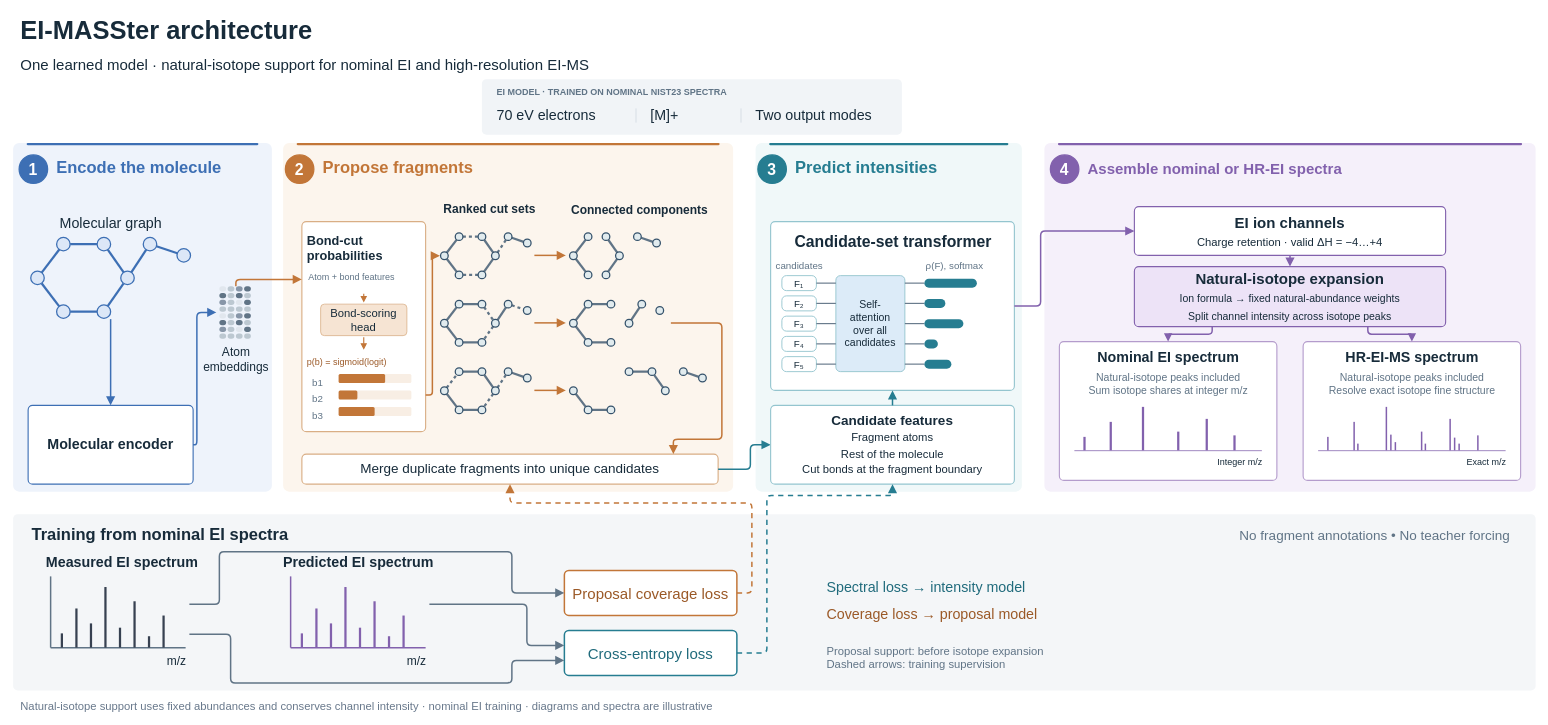
LZhang98/fragnnet keeps this draw.io diagram as page "EI-MASSter architecture" (3 of 3) of docs/figures/masster_figures.drawio. Above is the earlier version. Source tidied: cells renumbered, new cells numbered last; positions are measured from the earlier drawing's top-left corner, leaving out a move shared by most shapes. Both pictures are drawn from the tidied source at 75%, with x=0, y=0 at pixel (13, 13).
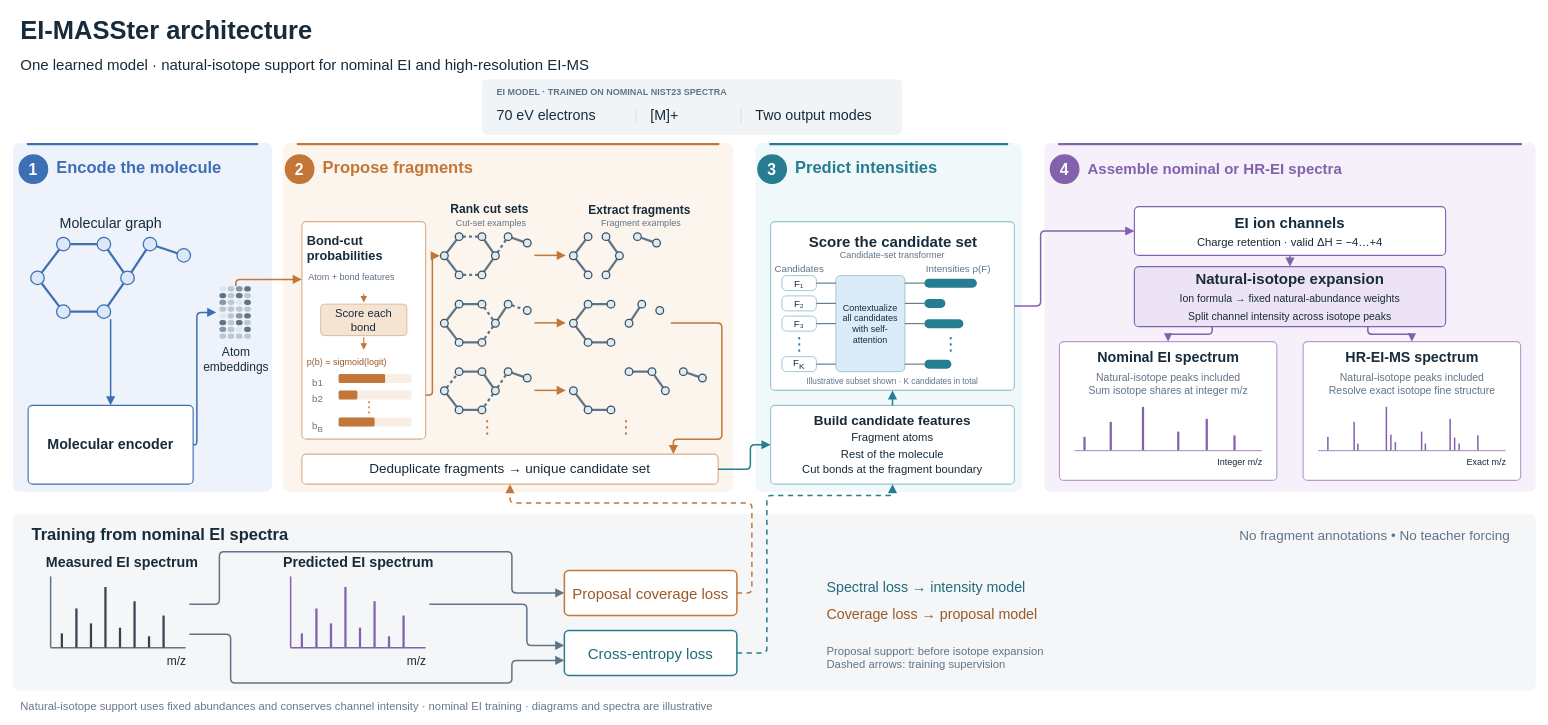
After the change.

Unchanged cells that the change refers to:
```xml
<mxCell id="249" style="group;" parent="1" vertex="1">
  <mxGeometry x="1025" y="350" width="260" height="128" as="geometry" />
</mxCell>
```

What changed in the source:
```diff
@@
     <mxCell id="48" style="rounded=1;absoluteArcSize=1;arcSize=12;whiteSpace=wrap;html=1;fillColor=#FFFFFF;strokeColor=#D9AE85;strokeWidth=1.5;fontFamily=Arial;fontSize=19;fontStyle=1;fontColor=#172B3A;" parent="1" vertex="1">
-      <mxGeometry x="385" y="278" width="165" height="280" as="geometry" />
+      <mxGeometry x="385" y="278" width="165" height="290" as="geometry" />
     </mxCell>
@@
-    <mxCell id="51" value="Bond-scoring&lt;br&gt;head" style="html=1;whiteSpace=wrap;fontFamily=Arial;align=center;verticalAlign=middle;rounded=1;absoluteArcSize=1;arcSize=10;fillColor=#F6E4D3;strokeColor=#D9AE85;fontSize=15;fontColor=#172B3A;" parent="48" vertex="1">
+    <mxCell id="51" value="Score each&lt;br&gt;bond" style="html=1;whiteSpace=wrap;fontFamily=Arial;align=center;verticalAlign=middle;rounded=1;absoluteArcSize=1;arcSize=10;fillColor=#F6E4D3;strokeColor=#D9AE85;fontSize=15;fontColor=#172B3A;" parent="48" vertex="1">
       <mxGeometry x="25" y="110" width="115" height="42" as="geometry" />
     </mxCell>
@@
-    <mxCell id="59" value="b3" style="html=1;whiteSpace=wrap;fontFamily=Arial;align=center;verticalAlign=middle;text;fontSize=13;fontColor=#607486;" parent="48" vertex="1">
-      <mxGeometry x="12" y="244" width="30" height="18" as="geometry" />
+    <mxCell id="59" value="b&lt;sub&gt;B&lt;/sub&gt;" style="html=1;whiteSpace=wrap;fontFamily=Arial;align=center;verticalAlign=middle;text;fontSize=13;fontColor=#607486;" parent="48" vertex="1">
+      <mxGeometry x="12" y="258" width="30" height="18" as="geometry" />
     </mxCell>
     <mxCell id="60" style="html=1;whiteSpace=wrap;fontFamily=Arial;align=center;verticalAlign=middle;rounded=1;absoluteArcSize=1;arcSize=4;fillColor=#F8EEE4;strokeColor=none;" parent="48" vertex="1">
-      <mxGeometry x="49" y="247" width="97" height="12" as="geometry" />
+      <mxGeometry x="49" y="261" width="97" height="12" as="geometry" />
     </mxCell>
     <mxCell id="61" style="html=1;whiteSpace=wrap;fontFamily=Arial;align=center;verticalAlign=middle;rounded=1;absoluteArcSize=1;arcSize=4;fillColor=#C27638;strokeColor=none;" parent="48" vertex="1">
-      <mxGeometry x="49" y="247" width="48" height="12" as="geometry" />
+      <mxGeometry x="49" y="261" width="48" height="12" as="geometry" />
     </mxCell>
@@
-    <mxCell id="64" style="edgeStyle=orthogonalEdgeStyle;rounded=1;arcSize=12;html=1;strokeColor=#C27638;strokeWidth=2;endArrow=block;endFill=1;endSize=7;startArrow=none;entryX=0;entryY=0.275;entryDx=0;entryDy=0;entryPerimeter=0;" parent="1" edge="1" target="48">
+    <mxCell id="64" style="edgeStyle=orthogonalEdgeStyle;rounded=1;arcSize=12;html=1;strokeColor=#C27638;strokeWidth=2;endArrow=block;endFill=1;endSize=7;startArrow=none;entryX=0;entryDx=0;entryDy=0;entryPerimeter=0;entryY=0.265517;" parent="1" edge="1" target="48">
       <mxGeometry relative="1" as="geometry">
         <mxPoint x="297" y="364" as="sourcePoint" />
         <Array as="points">
           <mxPoint x="297" y="355" />
         </Array>
       </mxGeometry>
     </mxCell>
-    <mxCell id="65" value="Ranked cut sets" style="text;html=1;align=center;verticalAlign=middle;whiteSpace=nowrap;spacing=0;fontFamily=Arial;fontSize=16;fontStyle=1;fontColor=#172B3A;" parent="1" vertex="1">
+    <mxCell id="65" value="Rank cut sets" style="text;html=1;align=center;verticalAlign=middle;whiteSpace=nowrap;spacing=0;fontFamily=Arial;fontSize=16;fontStyle=1;fontColor=#172B3A;" parent="1" vertex="1">
       <mxGeometry x="555" y="249" width="160" height="24.7" as="geometry" />
     </mxCell>
-    <mxCell id="66" style="edgeStyle=orthogonalEdgeStyle;rounded=1;arcSize=8;html=1;strokeColor=#C27638;strokeWidth=2;endArrow=block;endFill=1;endSize=7;startArrow=none;exitX=1;exitY=0.825;exitDx=0;exitDy=0;exitPerimeter=0;" parent="1" edge="1" source="48">
+    <mxCell id="66" style="edgeStyle=orthogonalEdgeStyle;rounded=1;arcSize=8;html=1;strokeColor=#C27638;strokeWidth=2;endArrow=block;endFill=1;endSize=7;startArrow=none;exitX=1;exitDx=0;exitDy=0;exitPerimeter=0;exitY=0.796552;" parent="1" edge="1" source="48">
       <mxGeometry relative="1" as="geometry">
         <mxPoint x="569" y="323.5" as="targetPoint" />
         <Array as="points">
           <mxPoint x="559" y="509" />
           <mxPoint x="559" y="323.5" />
         </Array>
       </mxGeometry>
     </mxCell>
-    <mxCell id="67" value="Connected components" style="text;html=1;align=center;verticalAlign=middle;whiteSpace=nowrap;spacing=0;fontFamily=Arial;fontSize=16;fontStyle=1;fontColor=#172B3A;" parent="1" vertex="1">
+    <mxCell id="67" value="Extract fragments" style="text;html=1;align=center;verticalAlign=middle;whiteSpace=nowrap;spacing=0;fontFamily=Arial;fontSize=16;fontStyle=1;fontColor=#172B3A;" parent="1" vertex="1">
       <mxGeometry x="725" y="250" width="220" height="23.4" as="geometry" />
     </mxCell>
@@
-    <mxCell id="71" value="Merge duplicate fragments into unique candidates" style="rounded=1;absoluteArcSize=1;arcSize=12;whiteSpace=wrap;html=1;fillColor=#FFFFFF;strokeColor=#D9AE85;strokeWidth=1.5;fontFamily=Arial;fontSize=18;fontStyle=0;fontColor=#172B3A;" parent="1" vertex="1">
+    <mxCell id="71" value="Deduplicate fragments → unique candidate set" style="rounded=1;absoluteArcSize=1;arcSize=12;whiteSpace=wrap;html=1;fillColor=#FFFFFF;strokeColor=#D9AE85;strokeWidth=1.5;fontFamily=Arial;fontSize=18;fontStyle=0;fontColor=#172B3A;" parent="1" vertex="1">
       <mxGeometry x="385" y="588" width="555" height="40" as="geometry" />
     </mxCell>
@@
-    <mxCell id="74" value="Candidate-set transformer" style="text;html=1;align=center;verticalAlign=middle;whiteSpace=nowrap;spacing=0;fontFamily=Arial;fontSize=21;fontStyle=1;fontColor=#172B3A;" parent="1" vertex="1">
+    <mxCell id="74" value="Score the candidate set" style="text;html=1;align=center;verticalAlign=middle;whiteSpace=nowrap;spacing=0;fontFamily=Arial;fontStyle=1;fontColor=#172B3A;fontSize=20;" parent="1" vertex="1">
       <mxGeometry x="1010" y="289" width="325" height="29.9" as="geometry" />
     </mxCell>
@@
-    <mxCell id="76" value="&lt;b&gt;Candidate features&lt;/b&gt;&lt;br&gt;&lt;span style=&quot;font-size:15px;font-weight:normal;line-height:1.35&quot;&gt;Fragment atoms&lt;br&gt;Rest of the molecule&lt;br&gt;Cut bonds at the fragment boundary&lt;/span&gt;" style="rounded=1;absoluteArcSize=1;arcSize=12;whiteSpace=wrap;html=1;fillColor=#FFFFFF;strokeColor=#94C5CF;strokeWidth=1.5;fontFamily=Arial;fontSize=18;fontStyle=0;fontColor=#172B3A;spacing=8;" parent="1" vertex="1">
+    <mxCell id="76" value="&lt;b&gt;Build candidate features&lt;/b&gt;&lt;br&gt;&lt;span style=&quot;font-size:15px;font-weight:normal;line-height:1.35&quot;&gt;Fragment atoms&lt;br&gt;Rest of the molecule&lt;br&gt;Cut bonds at the fragment boundary&lt;/span&gt;" style="rounded=1;absoluteArcSize=1;arcSize=12;whiteSpace=wrap;html=1;fillColor=#FFFFFF;strokeColor=#94C5CF;strokeWidth=1.5;fontFamily=Arial;fontSize=18;fontStyle=0;fontColor=#172B3A;spacing=8;" parent="1" vertex="1">
       <mxGeometry x="1010" y="523" width="325" height="105" as="geometry" />
     </mxCell>
@@
-    <mxCell id="247" value="candidates" style="text;html=1;align=center;verticalAlign=middle;whiteSpace=nowrap;spacing=0;fontFamily=Arial;fontSize=13;fontStyle=0;fontColor=#607486;" parent="1" vertex="1">
-      <mxGeometry x="1009.2" y="329" width="77.5" height="16.9" as="geometry" />
+    <mxCell id="247" value="Candidates" style="text;html=1;align=center;verticalAlign=middle;whiteSpace=nowrap;spacing=0;fontFamily=Arial;fontSize=13;fontStyle=0;fontColor=#607486;" parent="1" vertex="1">
+      <mxGeometry x="1009.2" y="333" width="77.5" height="16.9" as="geometry" />
     </mxCell>
-    <mxCell id="248" value="ρ(F), softmax" style="text;html=1;align=center;verticalAlign=middle;whiteSpace=nowrap;spacing=0;fontFamily=Arial;fontSize=13;fontStyle=0;fontColor=#607486;" parent="1" vertex="1">
-      <mxGeometry x="1205.5" y="329" width="99" height="16.9" as="geometry" />
+    <mxCell id="248" value="Intensities ρ(F)" style="text;html=1;align=center;verticalAlign=middle;whiteSpace=nowrap;spacing=0;fontFamily=Arial;fontSize=13;fontStyle=0;fontColor=#607486;" parent="1" vertex="1">
+      <mxGeometry x="1202" y="333" width="115" height="16.9" as="geometry" />
     </mxCell>
@@
-    <mxCell id="250" value="Self-&lt;br&gt;attention&lt;br&gt;over all&lt;br&gt;candidates" style="rounded=1;absoluteArcSize=1;arcSize=12;whiteSpace=wrap;html=1;fillColor=#dcebf8;strokeColor=#94C5CF;strokeWidth=1.2;fontFamily=Arial;fontSize=14;fontStyle=0;fontColor=#172B3A;" parent="249" vertex="1">
+    <mxCell id="250" value="Contextualize&lt;br&gt;all candidates&lt;br&gt;with self-&lt;br&gt;attention" style="rounded=1;absoluteArcSize=1;arcSize=12;whiteSpace=wrap;html=1;fillColor=#dcebf8;strokeColor=#94C5CF;strokeWidth=1.2;fontFamily=Arial;fontStyle=0;fontColor=#172B3A;fontSize=12;" parent="249" vertex="1">
       <mxGeometry x="72" width="92" height="128" as="geometry" />
     </mxCell>
@@
-    <mxCell id="263" value="F₄" style="rounded=1;absoluteArcSize=1;arcSize=12;whiteSpace=wrap;html=1;fillColor=#ffffff;strokeColor=#94C5CF;strokeWidth=1.2;fontFamily=Arial;fontSize=13;fontStyle=0;fontColor=#172B3A;" parent="249" vertex="1">
+    <mxCell id="263" value="⋮" style="text;html=1;align=center;verticalAlign=middle;spacing=0;fontFamily=Arial;fontSize=24;fontColor=#267D91;" parent="249" vertex="1">
       <mxGeometry y="81" width="46" height="20" as="geometry" />
     </mxCell>
-    <mxCell id="264" style="edgeStyle=none;html=1;strokeColor=#607486;strokeWidth=1.5;endArrow=none;startArrow=none;" parent="249" edge="1">
-      <mxGeometry relative="1" as="geometry">
-        <mxPoint x="46" y="91" as="sourcePoint" />
-        <mxPoint x="72" y="91" as="targetPoint" />
-      </mxGeometry>
-    </mxCell>
-    <mxCell id="265" style="edgeStyle=none;html=1;strokeColor=#607486;strokeWidth=1.5;endArrow=none;startArrow=none;" parent="249" edge="1">
-      <mxGeometry relative="1" as="geometry">
-        <mxPoint x="164" y="91" as="sourcePoint" />
-        <mxPoint x="190" y="91" as="targetPoint" />
-      </mxGeometry>
-    </mxCell>
-    <mxCell id="266" style="rounded=1;absoluteArcSize=1;arcSize=12;whiteSpace=wrap;html=1;fillColor=#267D91;strokeColor=none;strokeWidth=0;fontFamily=Arial;fontSize=16;fontStyle=0;fontColor=#172B3A;" parent="249" vertex="1">
-      <mxGeometry x="190" y="85" width="18" height="12" as="geometry" />
+    <mxCell id="266" value="⋮" style="text;html=1;align=center;verticalAlign=middle;spacing=0;fontFamily=Arial;fontSize=24;fontColor=#267D91;" parent="249" vertex="1">
+      <mxGeometry x="190" y="81" width="70" height="20" as="geometry" />
     </mxCell>
-    <mxCell id="267" value="F₅" style="rounded=1;absoluteArcSize=1;arcSize=12;whiteSpace=wrap;html=1;fillColor=#ffffff;strokeColor=#94C5CF;strokeWidth=1.2;fontFamily=Arial;fontSize=13;fontStyle=0;fontColor=#172B3A;" parent="249" vertex="1">
+    <mxCell id="267" value="F&lt;sub&gt;K&lt;/sub&gt;" style="rounded=1;absoluteArcSize=1;arcSize=12;whiteSpace=wrap;html=1;fillColor=#ffffff;strokeColor=#94C5CF;strokeWidth=1.2;fontFamily=Arial;fontSize=13;fontStyle=0;fontColor=#172B3A;" parent="249" vertex="1">
       <mxGeometry y="108" width="46" height="20" as="geometry" />
     </mxCell>
@@
+    <mxCell id="302" value="⋮" style="text;html=1;align=center;verticalAlign=middle;spacing=0;whiteSpace=wrap;fontFamily=Arial;fontSize=20;fontColor=#C27638;" parent="48" vertex="1">
+      <mxGeometry x="55" y="236" width="70" height="20" as="geometry" />
+    </mxCell>
+    <mxCell id="303" value="Cut-set examples" style="text;html=1;align=center;verticalAlign=middle;spacing=0;whiteSpace=wrap;fontFamily=Arial;fontSize=12;fontColor=#607486;" parent="1" vertex="1">
+      <mxGeometry x="565" y="272" width="145" height="16" as="geometry" />
+    </mxCell>
+    <mxCell id="304" value="Fragment examples" style="text;html=1;align=center;verticalAlign=middle;spacing=0;whiteSpace=wrap;fontFamily=Arial;fontSize=12;fontColor=#607486;" parent="1" vertex="1">
+      <mxGeometry x="735" y="272" width="205" height="16" as="geometry" />
+    </mxCell>
+    <mxCell id="305" value="⋮" style="text;html=1;align=center;verticalAlign=middle;spacing=0;whiteSpace=wrap;fontFamily=Arial;fontSize=24;fontColor=#C27638;" parent="1" vertex="1">
+      <mxGeometry x="600" y="539" width="65" height="25" as="geometry" />
+    </mxCell>
+    <mxCell id="306" value="⋮" style="text;html=1;align=center;verticalAlign=middle;spacing=0;whiteSpace=wrap;fontFamily=Arial;fontSize=24;fontColor=#C27638;" parent="1" vertex="1">
+      <mxGeometry x="785" y="539" width="65" height="25" as="geometry" />
+    </mxCell>
+    <mxCell id="307" value="Candidate-set transformer" style="text;html=1;align=center;verticalAlign=middle;spacing=0;whiteSpace=wrap;fontFamily=Arial;fontSize=12;fontColor=#607486;" parent="1" vertex="1">
+      <mxGeometry x="1015" y="315" width="315" height="16" as="geometry" />
+    </mxCell>
+    <mxCell id="308" value="Illustrative subset shown · K candidates in total" style="text;html=1;align=center;verticalAlign=middle;spacing=0;whiteSpace=wrap;fontFamily=Arial;fontSize=11;fontColor=#607486;" parent="1" vertex="1">
+      <mxGeometry x="1015" y="482" width="315" height="17" as="geometry" />
+    </mxCell>
```
